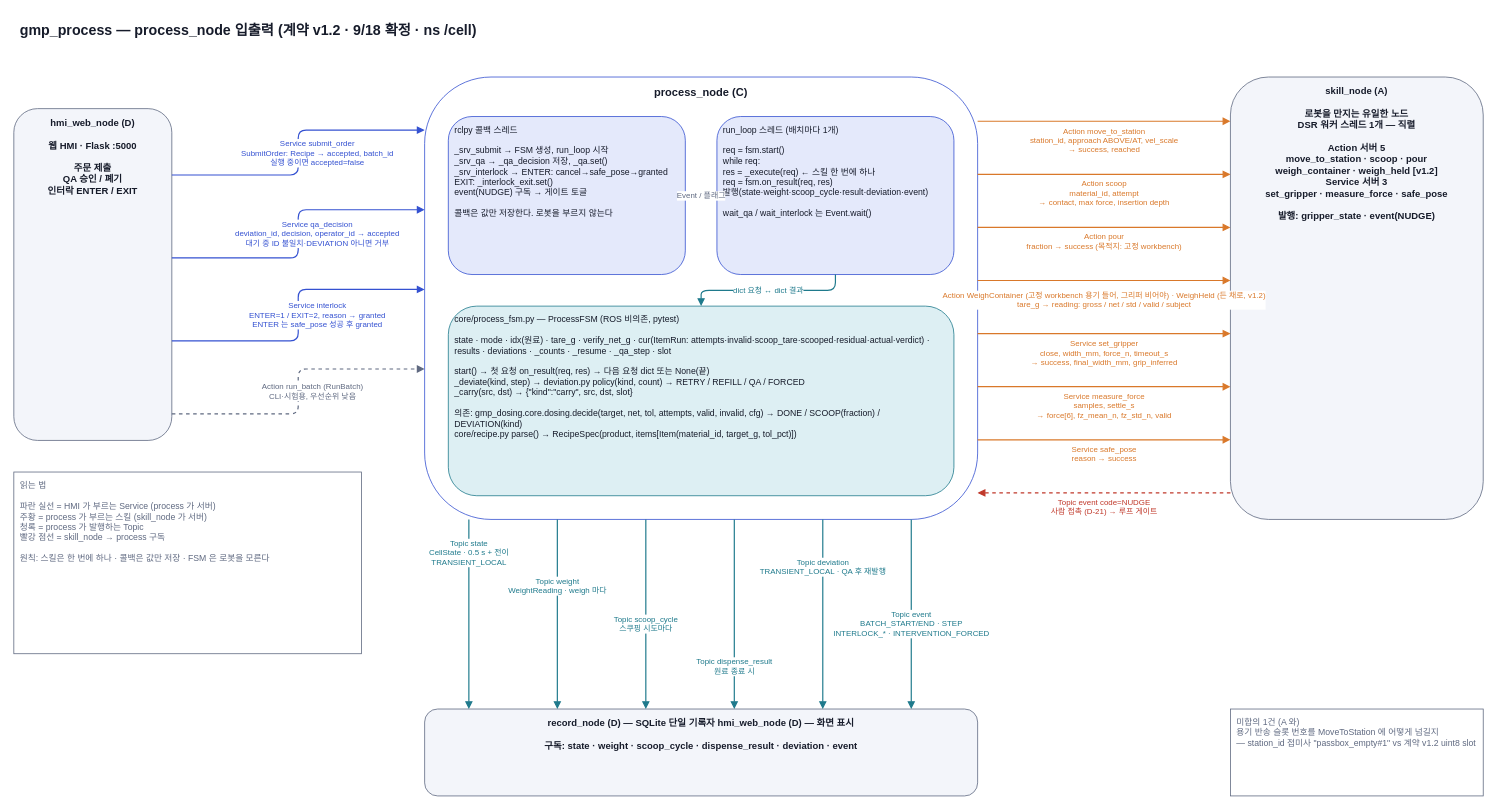
This is page "1 노드 입출력" (1 of 4) of docs/diagrams/process_flow.drawio from Jik-Kim/auto-pharmacist, a draw.io file, before an edit. Source tidied: cells renumbered, new cells numbered last; positions are measured from the earlier drawing's top-left corner, leaving out a move shared by most shapes. Both pictures are drawn from the tidied source at 79%, with x=0, y=0 at pixel (13, 13).
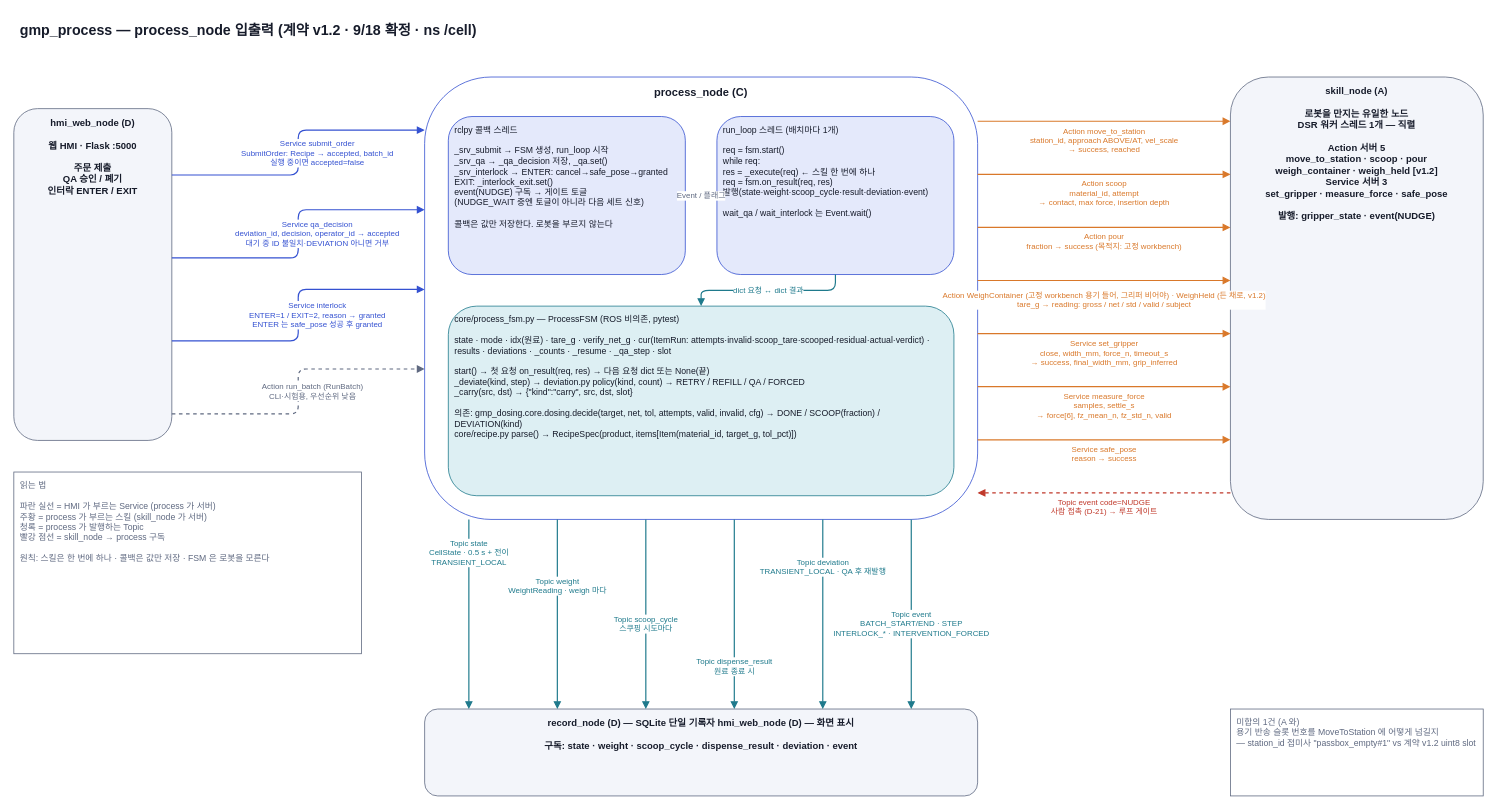
After the change.

Commit message (it also covers changes not shown here):
docs(diagrams): C 플로우차트에 세트 끝 NUDGE_WAIT 반영 — 전이도 7열, wait_nudge 요청, 상태별 흐름 행, SET_DONE/SET_NEXT

What changed in the source:
```diff
@@
-    <mxCell id="5" value="rclpy 콜백 스레드&lt;br&gt;&lt;br&gt;_srv_submit → FSM 생성, run_loop 시작&lt;br&gt;_srv_qa → _qa_decision 저장, _qa.set()&lt;br&gt;_srv_interlock → ENTER: cancel→safe_pose→granted&lt;br&gt;                        EXIT: _interlock_exit.set()&lt;br&gt;event(NUDGE) 구독 → 게이트 토글&lt;br&gt;&lt;br&gt;콜백은 값만 저장한다. 로봇을 부르지 않는다" style="rounded=1;whiteSpace=wrap;html=1;fillColor=#E4E9FB;strokeColor=#3451D1;fontColor=#161B2A;fontSize=11;align=left;verticalAlign=top;spacingTop=4;spacingLeft=6;spacingRight=6;" parent="1" vertex="1">
+    <mxCell id="5" value="rclpy 콜백 스레드&lt;br&gt;&lt;br&gt;_srv_submit → FSM 생성, run_loop 시작&lt;br&gt;_srv_qa → _qa_decision 저장, _qa.set()&lt;br&gt;_srv_interlock → ENTER: cancel→safe_pose→granted&lt;br&gt;                        EXIT: _interlock_exit.set()&lt;br&gt;event(NUDGE) 구독 → 게이트 토글&lt;br&gt;   (NUDGE_WAIT 중엔 토글이 아니라 다음 세트 신호)&lt;br&gt;&lt;br&gt;콜백은 값만 저장한다. 로봇을 부르지 않는다" style="rounded=1;whiteSpace=wrap;html=1;fillColor=#E4E9FB;strokeColor=#3451D1;fontColor=#161B2A;fontSize=11;align=left;verticalAlign=top;spacingTop=4;spacingLeft=6;spacingRight=6;" parent="1" vertex="1">
       <mxGeometry x="550" y="130" width="300" height="200" as="geometry" />
     </mxCell>
```
